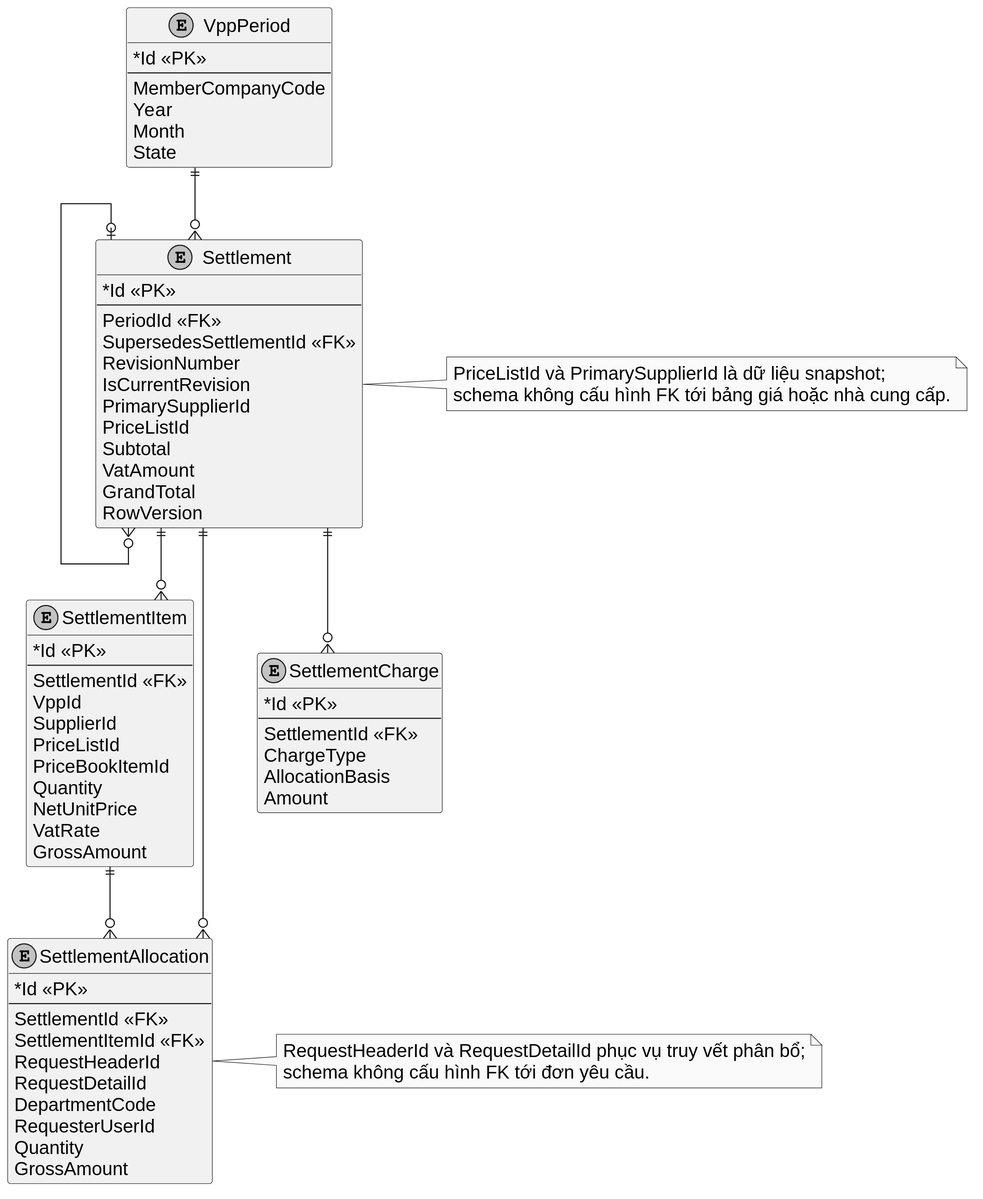
This is LVTN/diagrams/ch03/data-models/06-logical-settlement.svg from Miikey24s/gtas_vpp, a PlantUML export, as it was before one commit. The source it was exported from:
```plantuml
@startuml
top to bottom direction
skinparam backgroundColor white
skinparam dpi 192
skinparam defaultFontName Arial
skinparam defaultFontSize 17
skinparam monochrome true
skinparam shadowing false
skinparam linetype ortho
skinparam nodesep 58
skinparam ranksep 66
skinparam classAttributeIconSize 0
hide methods

entity "VppPeriod" as Period {
  * Id <<PK>>
  --
  MemberCompanyCode
  Year
  Month
  State
}

entity "Settlement" as Settlement {
  * Id <<PK>>
  --
  PeriodId <<FK>>
  SupersedesSettlementId <<FK>>
  RevisionNumber
  IsCurrentRevision
  PrimarySupplierId
  PriceListId
  Subtotal
  VatAmount
  GrandTotal
  RowVersion
}

entity "SettlementItem" as Item {
  * Id <<PK>>
  --
  SettlementId <<FK>>
  VppId
  SupplierId
  PriceListId
  PriceBookItemId
  Quantity
  NetUnitPrice
  VatRate
  GrossAmount
}

entity "SettlementCharge" as Charge {
  * Id <<PK>>
  --
  SettlementId <<FK>>
  ChargeType
  AllocationBasis
  Amount
}

entity "SettlementAllocation" as Allocation {
  * Id <<PK>>
  --
  SettlementId <<FK>>
  SettlementItemId <<FK>>
  RequestHeaderId
  RequestDetailId
  DepartmentCode
  RequesterUserId
  Quantity
  GrossAmount
}

note right of Settlement
  PriceListId và PrimarySupplierId là dữ liệu snapshot;
  schema không cấu hình FK tới bảng giá hoặc nhà cung cấp.
end note

note right of Allocation
  RequestHeaderId và RequestDetailId phục vụ truy vết phân bổ;
  schema không cấu hình FK tới đơn yêu cầu.
end note

Period ||--o{ Settlement
Settlement |o--o{ Settlement
Settlement ||--o{ Item
Settlement ||--o{ Charge
Settlement ||--o{ Allocation
Item ||--o{ Allocation

Period -[hidden]down- Settlement
Item -[hidden]right- Charge
Charge -[hidden]right- Allocation
Settlement -[hidden]down- Charge
@enduml
```
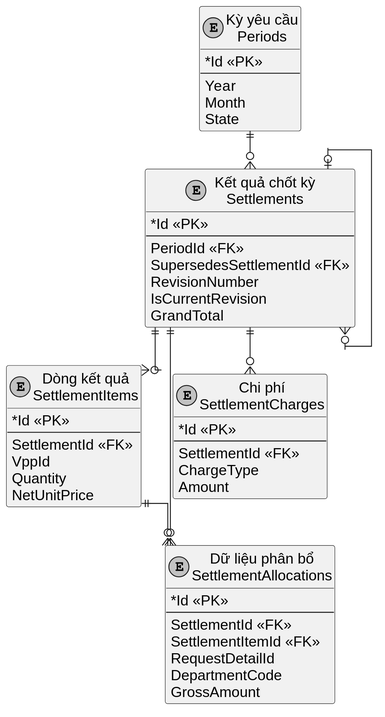
The same file after the commit.

Diff of the diagram source:
```diff
@@ -1,86 +1,61 @@
 @startuml
 top to bottom direction
 skinparam backgroundColor white
-skinparam dpi 192
+skinparam dpi 160
 skinparam defaultFontName Arial
-skinparam defaultFontSize 17
+skinparam defaultFontSize 16
 skinparam monochrome true
 skinparam shadowing false
 skinparam linetype ortho
-skinparam nodesep 58
-skinparam ranksep 66
+skinparam nodesep 34
+skinparam ranksep 42
 skinparam classAttributeIconSize 0
 hide methods
 
-entity "VppPeriod" as Period {
+entity "Kỳ yêu cầu\nPeriods" as Period {
   * Id <<PK>>
   --
-  MemberCompanyCode
   Year
   Month
   State
 }
 
-entity "Settlement" as Settlement {
+entity "Kết quả chốt kỳ\nSettlements" as Settlement {
   * Id <<PK>>
   --
   PeriodId <<FK>>
   SupersedesSettlementId <<FK>>
   RevisionNumber
   IsCurrentRevision
-  PrimarySupplierId
-  PriceListId
-  Subtotal
-  VatAmount
   GrandTotal
-  RowVersion
 }
 
-entity "SettlementItem" as Item {
+entity "Dòng kết quả\nSettlementItems" as Item {
   * Id <<PK>>
   --
   SettlementId <<FK>>
   VppId
-  SupplierId
-  PriceListId
-  PriceBookItemId
   Quantity
   NetUnitPrice
-  VatRate
-  GrossAmount
 }
 
-entity "SettlementCharge" as Charge {
+entity "Chi phí\nSettlementCharges" as Charge {
   * Id <<PK>>
   --
   SettlementId <<FK>>
   ChargeType
-  AllocationBasis
   Amount
 }
 
-entity "SettlementAllocation" as Allocation {
+entity "Dữ liệu phân bổ\nSettlementAllocations" as Allocation {
   * Id <<PK>>
   --
   SettlementId <<FK>>
   SettlementItemId <<FK>>
-  RequestHeaderId
   RequestDetailId
   DepartmentCode
-  RequesterUserId
-  Quantity
   GrossAmount
 }
-
-note right of Settlement
-  PriceListId và PrimarySupplierId là dữ liệu snapshot;
-  schema không cấu hình FK tới bảng giá hoặc nhà cung cấp.
-end note
-
-note right of Allocation
-  RequestHeaderId và RequestDetailId phục vụ truy vết phân bổ;
-  schema không cấu hình FK tới đơn yêu cầu.
-end note
 
 Period ||--o{ Settlement
 Settlement |o--o{ Settlement
@@ -89,8 +64,6 @@
 Settlement ||--o{ Allocation
 Item ||--o{ Allocation
 
-Period -[hidden]down- Settlement
 Item -[hidden]right- Charge
 Charge -[hidden]right- Allocation
-Settlement -[hidden]down- Charge
 @enduml
```
